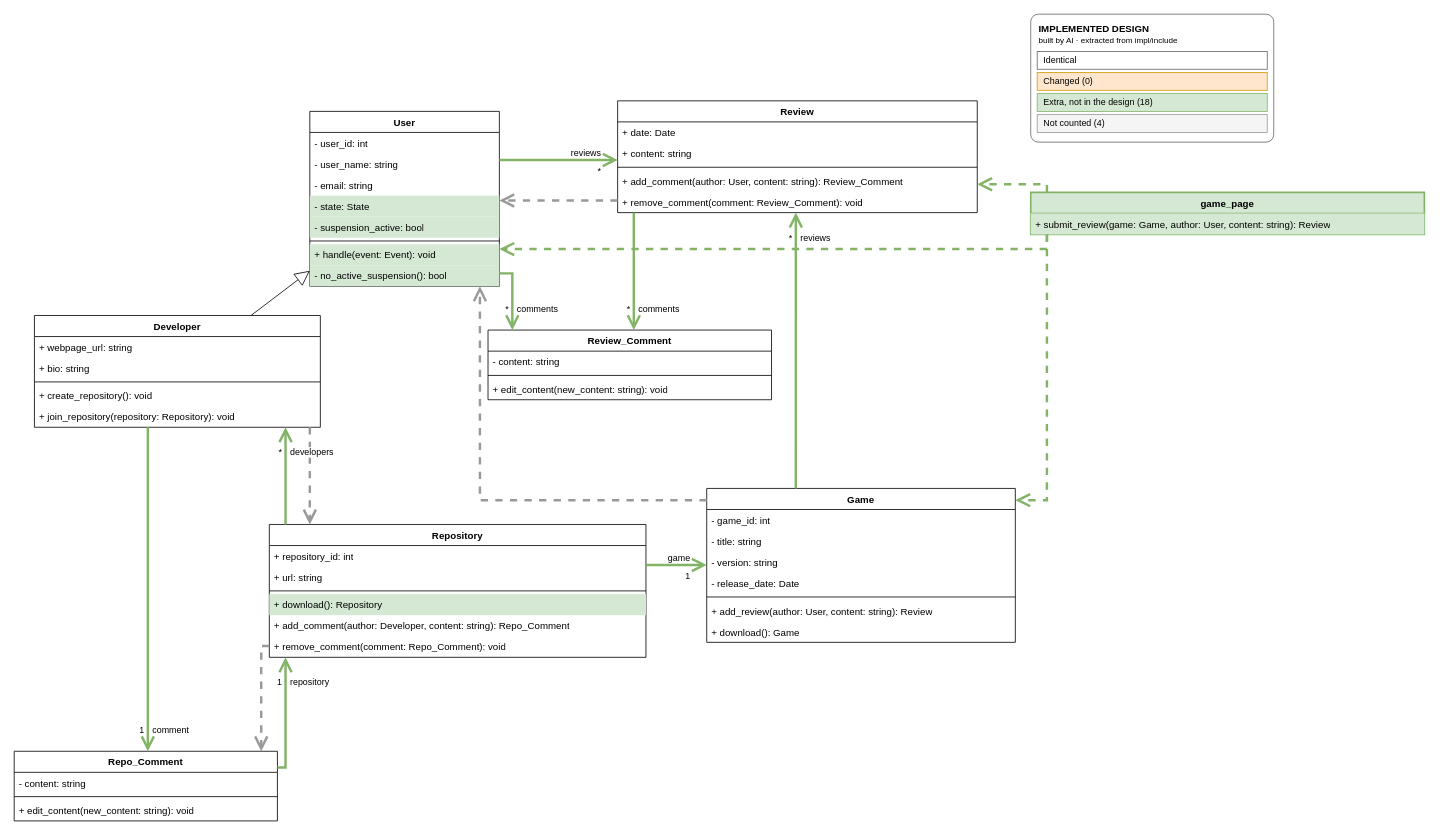
Before: page "2 - Implemented (AI)" (2 of 2) of project/diagrams/output/class-comparison.drawio in Hoglar/specDrivenDev, a draw.io diagram. Source tidied: cells renumbered, new cells numbered last; positions are measured from the earlier drawing's top-left corner, leaving out a move shared by most shapes. Both pictures are drawn from the tidied source at 81%, with x=0, y=0 at pixel (14, 14).
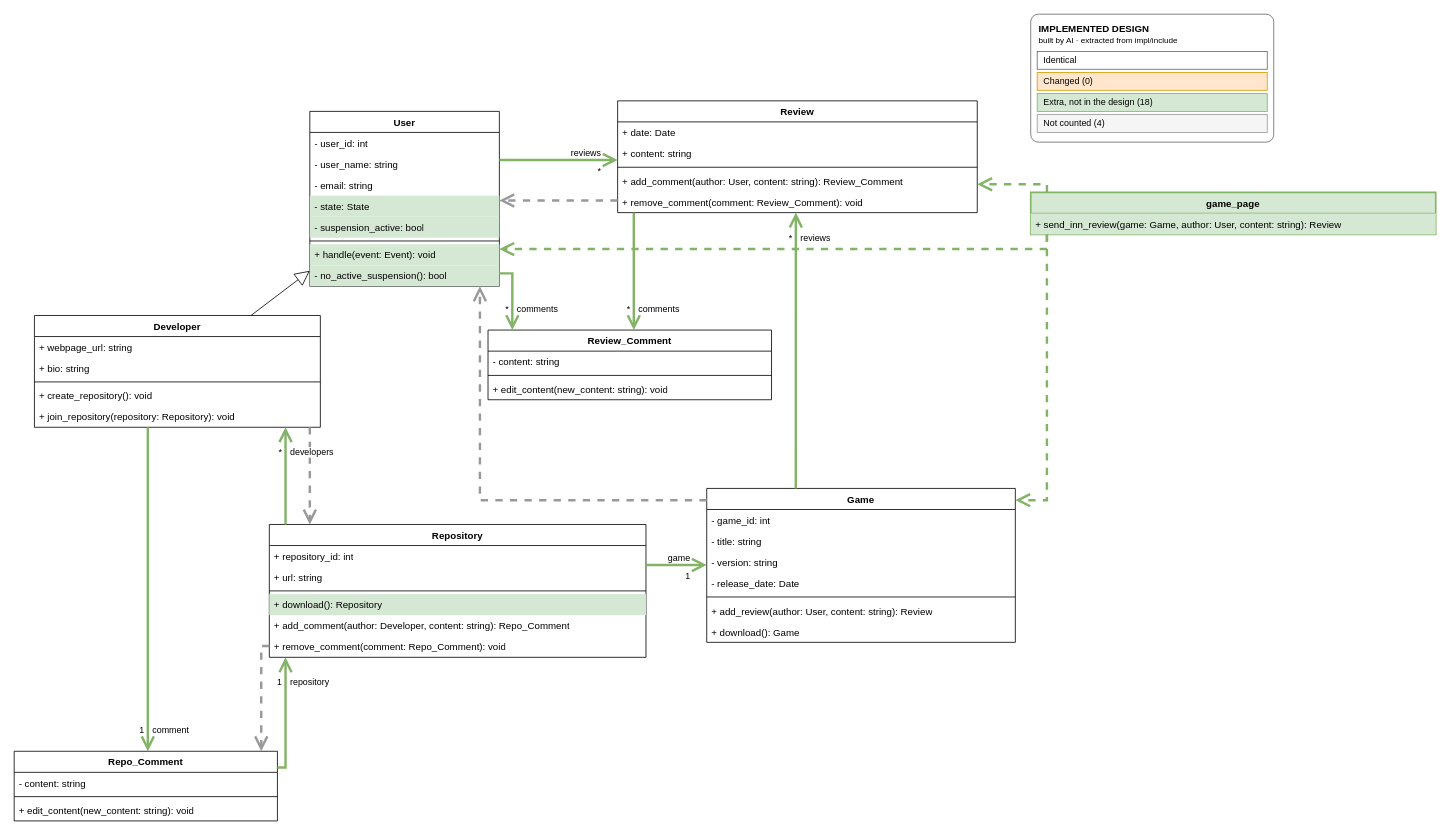
The same page after the edit.

Unchanged cells that the change refers to:
```xml
<mxCell id="2" value="User" style="swimlane;fontStyle=1;align=center;verticalAlign=top;horizontal=1;html=1;whiteSpace=wrap;startSize=26;" parent="1" vertex="1">
  <mxGeometry x="365" y="120" width="234" height="216" as="geometry" />
</mxCell>
<mxCell id="17" value="Game" style="swimlane;fontStyle=1;align=center;verticalAlign=top;horizontal=1;html=1;whiteSpace=wrap;startSize=26;" parent="1" vertex="1">
  <mxGeometry x="855" y="585.5" width="381" height="190" as="geometry" />
</mxCell>
<mxCell id="38" value="Review" style="swimlane;fontStyle=1;align=center;verticalAlign=top;horizontal=1;html=1;whiteSpace=wrap;startSize=26;" parent="1" vertex="1">
  <mxGeometry x="745" y="107" width="444" height="138" as="geometry" />
</mxCell>
```

Change to the diagram source:
```diff
@@
     <mxCell id="25" value="game_page" style="swimlane;fontStyle=1;align=center;verticalAlign=top;horizontal=1;html=1;whiteSpace=wrap;startSize=26;fillColor=#d5e8d4;swimlaneFillColor=#d5e8d4;strokeColor=#82b366;strokeWidth=2;" parent="1" vertex="1">
-      <mxGeometry x="1255" y="220" width="486" height="52" as="geometry" />
+      <mxGeometry x="1255" y="220" width="500" height="52" as="geometry" />
     </mxCell>
-    <mxCell id="26" value="+ submit_review(game: Game, author: User, content: string): Review" style="text;strokeColor=none;fillColor=none;align=left;verticalAlign=top;spacingLeft=4;spacingRight=4;overflow=hidden;whiteSpace=wrap;html=1;fillColor=#d5e8d4;" parent="25" vertex="1">
-      <mxGeometry y="26" width="486" height="26" as="geometry" />
+    <mxCell id="26" value="+ send_inn_review(game: Game, author: User, content: string): Review" style="text;strokeColor=none;fillColor=none;align=left;verticalAlign=top;spacingLeft=4;spacingRight=4;overflow=hidden;whiteSpace=wrap;html=1;fillColor=#d5e8d4;" parent="25" vertex="1">
+      <mxGeometry y="26" width="500" height="26" as="geometry" />
     </mxCell>
@@
-    <mxCell id="63" style="endArrow=open;endSize=12;dashed=1;html=1;rounded=0;edgeStyle=orthogonalEdgeStyle;exitX=0.0412;exitY=1.0;entryX=1.0;entryY=0.0763;strokeColor=#82b366;strokeWidth=3;fontColor=#82b366;" parent="1" edge="1" source="25" target="17">
+    <mxCell id="63" style="endArrow=open;endSize=12;dashed=1;html=1;rounded=0;edgeStyle=orthogonalEdgeStyle;exitX=0.04;exitY=1.0;entryX=1.0;entryY=0.0763;strokeColor=#82b366;strokeWidth=3;fontColor=#82b366;" parent="1" edge="1" source="25" target="17">
       <mxGeometry relative="1" as="geometry">
         <Array as="points">
           <mxPoint x="1275" y="600" />
         </Array>
       </mxGeometry>
     </mxCell>
-    <mxCell id="64" style="endArrow=open;endSize=12;dashed=1;html=1;rounded=0;edgeStyle=orthogonalEdgeStyle;exitX=0.0412;exitY=1.0;entryX=1.0;entryY=0.787;strokeColor=#82b366;strokeWidth=3;fontColor=#82b366;" parent="1" edge="1" source="25" target="2">
+    <mxCell id="64" style="endArrow=open;endSize=12;dashed=1;html=1;rounded=0;edgeStyle=orthogonalEdgeStyle;exitX=0.04;exitY=1.0;entryX=1.0;entryY=0.787;strokeColor=#82b366;strokeWidth=3;fontColor=#82b366;" parent="1" edge="1" source="25" target="2">
       <mxGeometry relative="1" as="geometry">
         <Array as="points">
           <mxPoint x="1275" y="290" />
         </Array>
       </mxGeometry>
     </mxCell>
-    <mxCell id="65" style="endArrow=open;endSize=12;dashed=1;html=1;rounded=0;edgeStyle=orthogonalEdgeStyle;exitX=0.0412;exitY=0.0;entryX=1.0;entryY=0.7464;strokeColor=#82b366;strokeWidth=3;fontColor=#82b366;" parent="1" edge="1" source="25" target="38">
+    <mxCell id="65" style="endArrow=open;endSize=12;dashed=1;html=1;rounded=0;edgeStyle=orthogonalEdgeStyle;exitX=0.04;exitY=0.0;entryX=1.0;entryY=0.7464;strokeColor=#82b366;strokeWidth=3;fontColor=#82b366;" parent="1" edge="1" source="25" target="38">
       <mxGeometry relative="1" as="geometry">
         <Array as="points">
           <mxPoint x="1275" y="210" />
         </Array>
       </mxGeometry>
     </mxCell>
```
